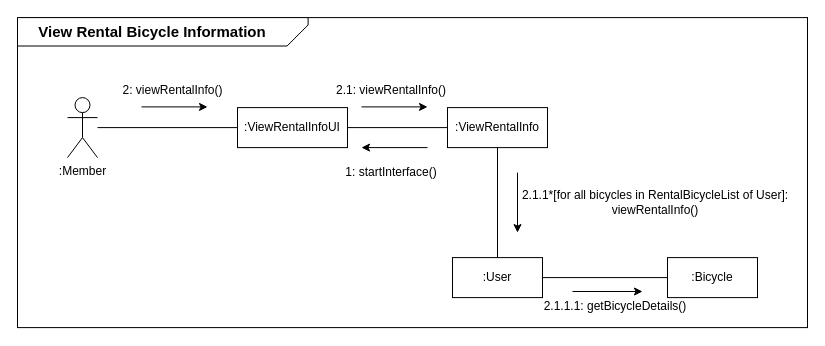
Above: ViewRentalBicycleInformation_Communication_Diagram.drawio in MODUGGAGI/homework (draw.io), before the change. Source tidied: cells renumbered, new cells numbered last; positions are measured from the earlier drawing's top-left corner, leaving out a move shared by most shapes. Both pictures are drawn from the tidied source at 100%, with x=0, y=0 at pixel (17, -114).
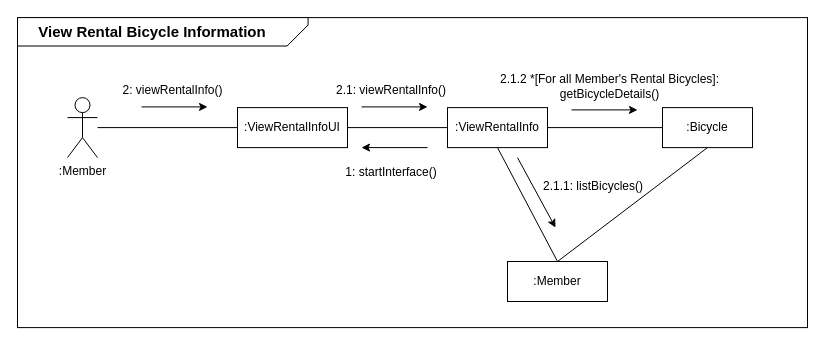
The same page after the edit.

Unchanged cells that the change refers to:
```xml
<mxCell id="5" value=":ViewRentalInfo" style="rounded=0;whiteSpace=wrap;html=1;" parent="1" vertex="1">
  <mxGeometry x="430" y="221.1" width="100" height="40" as="geometry" />
</mxCell>
```

Change to the diagram source:
```diff
@@
-    <mxCell id="8" value=":User" style="rounded=0;whiteSpace=wrap;html=1;" parent="1" vertex="1">
-      <mxGeometry x="435" y="371.1" width="90" height="40" as="geometry" />
-    </mxCell>
-    <mxCell id="9" style="endArrow=none;html=1;rounded=0;entryX=0.5;entryY=1;entryDx=0;entryDy=0;exitX=0.5;exitY=0;exitDx=0;exitDy=0;" parent="1" edge="1" source="8" target="5">
-      <mxGeometry relative="1" as="geometry" />
-    </mxCell>
@@
-    <mxCell id="18" style="endArrow=classic;html=1;rounded=0;" parent="1" edge="1">
-      <mxGeometry relative="1" as="geometry">
-        <mxPoint x="500" y="286.1" as="sourcePoint" />
-        <mxPoint x="500" y="346.1" as="targetPoint" />
-      </mxGeometry>
-    </mxCell>
-    <mxCell id="19" value="2.1.1*[&lt;span style=&quot;background-color: transparent; color: light-dark(rgb(0, 0, 0), rgb(255, 255, 255));&quot; class=&quot;s1&quot;&gt;for&lt;/span&gt;&lt;span style=&quot;background-color: transparent; color: light-dark(rgb(0, 0, 0), rgb(255, 255, 255));&quot;&gt; all bicycles in RentalBicycleList of User&lt;/span&gt;]: &lt;br&gt;viewRentalInfo()" style="text;html=1;align=center;verticalAlign=middle;whiteSpace=wrap;rounded=0;" parent="1" vertex="1">
-      <mxGeometry x="496" y="301.1" width="284" height="30" as="geometry" />
+    <mxCell id="19" value="2.1.1: listBicycles()" style="text;html=1;align=center;verticalAlign=middle;whiteSpace=wrap;rounded=0;" parent="1" vertex="1">
+      <mxGeometry x="434" y="285" width="284" height="30" as="geometry" />
     </mxCell>
     <mxCell id="20" value=":Bicycle" style="rounded=0;whiteSpace=wrap;html=1;" parent="1" vertex="1">
-      <mxGeometry x="650" y="371.1" width="90" height="40" as="geometry" />
+      <mxGeometry x="645" y="221.1" width="90" height="40" as="geometry" />
     </mxCell>
-    <mxCell id="21" style="endArrow=none;html=1;rounded=0;entryX=0;entryY=0.5;entryDx=0;entryDy=0;exitX=1;exitY=0.5;exitDx=0;exitDy=0;" parent="1" edge="1" source="8" target="20">
-      <mxGeometry relative="1" as="geometry" />
-    </mxCell>
-    <mxCell id="22" style="endArrow=classic;html=1;rounded=0;" parent="1" edge="1">
-      <mxGeometry relative="1" as="geometry">
-        <mxPoint x="555" y="405" as="sourcePoint" />
-        <mxPoint x="625" y="405" as="targetPoint" />
-      </mxGeometry>
-    </mxCell>
-    <mxCell id="23" value="2.1.1.1: getBicycleDetails()" style="text;html=1;align=center;verticalAlign=middle;whiteSpace=wrap;rounded=0;" parent="1" vertex="1">
-      <mxGeometry x="525" y="405" width="146" height="30" as="geometry" />
+    <mxCell id="23" value="2.1.2 *[For all Member's Rental Bicycles]: getBicycleDetails()" style="text;html=1;align=center;verticalAlign=middle;whiteSpace=wrap;rounded=0;" parent="1" vertex="1">
+      <mxGeometry x="477" y="185.1" width="231" height="30" as="geometry" />
     </mxCell>
+    <mxCell id="24" value=":Member" style="rounded=0;whiteSpace=wrap;html=1;" parent="1" vertex="1">
+      <mxGeometry x="490" y="375" width="100" height="40" as="geometry" />
+    </mxCell>
+    <mxCell id="25" style="endArrow=none;html=1;rounded=0;entryX=0.5;entryY=0;entryDx=0;entryDy=0;exitX=0.5;exitY=1;exitDx=0;exitDy=0;" parent="1" edge="1" source="5" target="24">
+      <mxGeometry relative="1" as="geometry" />
+    </mxCell>
+    <mxCell id="26" style="endArrow=classic;html=1;rounded=0;" parent="1" edge="1">
+      <mxGeometry relative="1" as="geometry">
+        <mxPoint x="500" y="271.1" as="sourcePoint" />
+        <mxPoint x="538" y="341.1" as="targetPoint" />
+      </mxGeometry>
+    </mxCell>
+    <mxCell id="27" style="endArrow=none;html=1;rounded=0;exitX=0.5;exitY=0;exitDx=0;exitDy=0;entryX=0.5;entryY=1;entryDx=0;entryDy=0;" parent="1" edge="1" source="24" target="20">
+      <mxGeometry relative="1" as="geometry" />
+    </mxCell>
+    <mxCell id="28" style="endArrow=none;html=1;rounded=0;exitX=1;exitY=0.5;exitDx=0;exitDy=0;entryX=0;entryY=0.5;entryDx=0;entryDy=0;" parent="1" edge="1" source="5" target="20">
+      <mxGeometry relative="1" as="geometry" />
+    </mxCell>
+    <mxCell id="29" style="endArrow=classic;html=1;rounded=0;" parent="1" edge="1">
+      <mxGeometry relative="1" as="geometry">
+        <mxPoint x="554" y="223.4" as="sourcePoint" />
+        <mxPoint x="620" y="223.4" as="targetPoint" />
+      </mxGeometry>
+    </mxCell>
```
